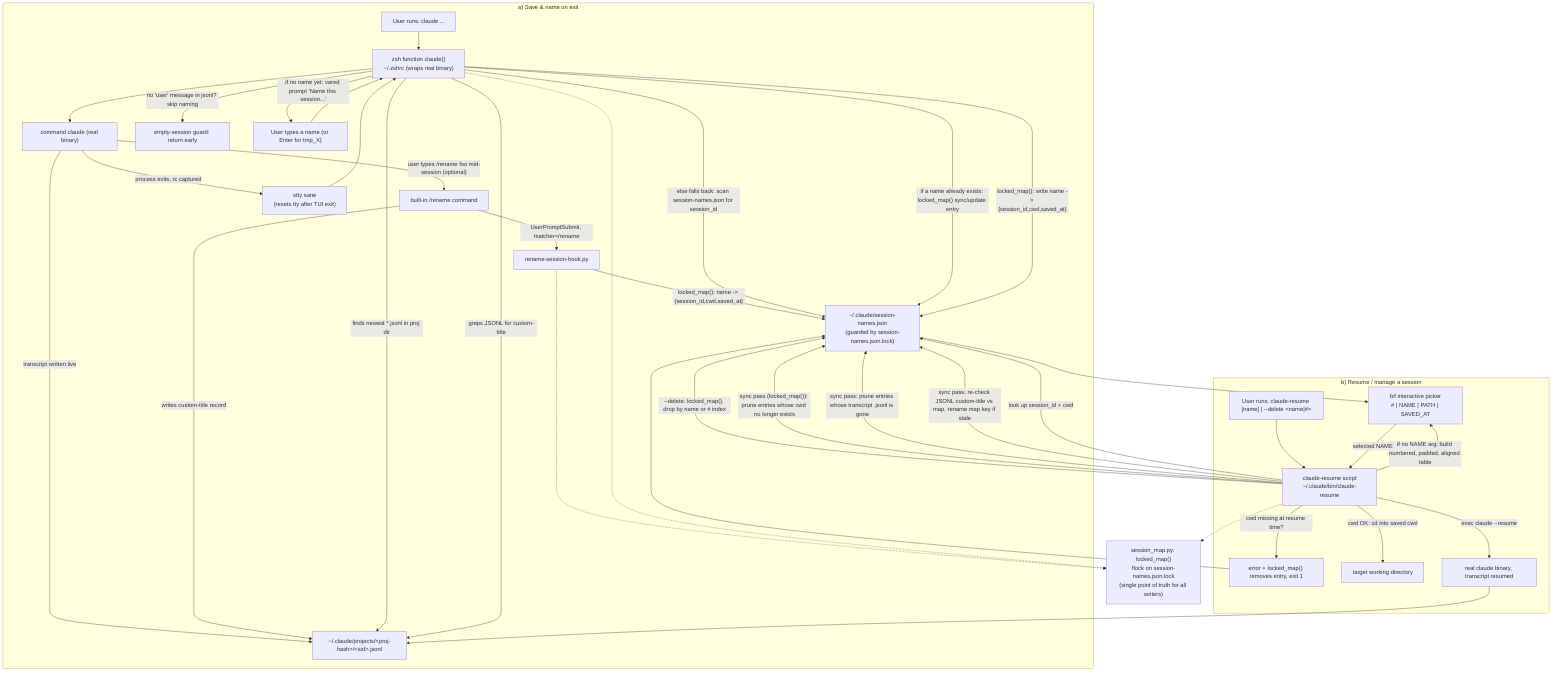
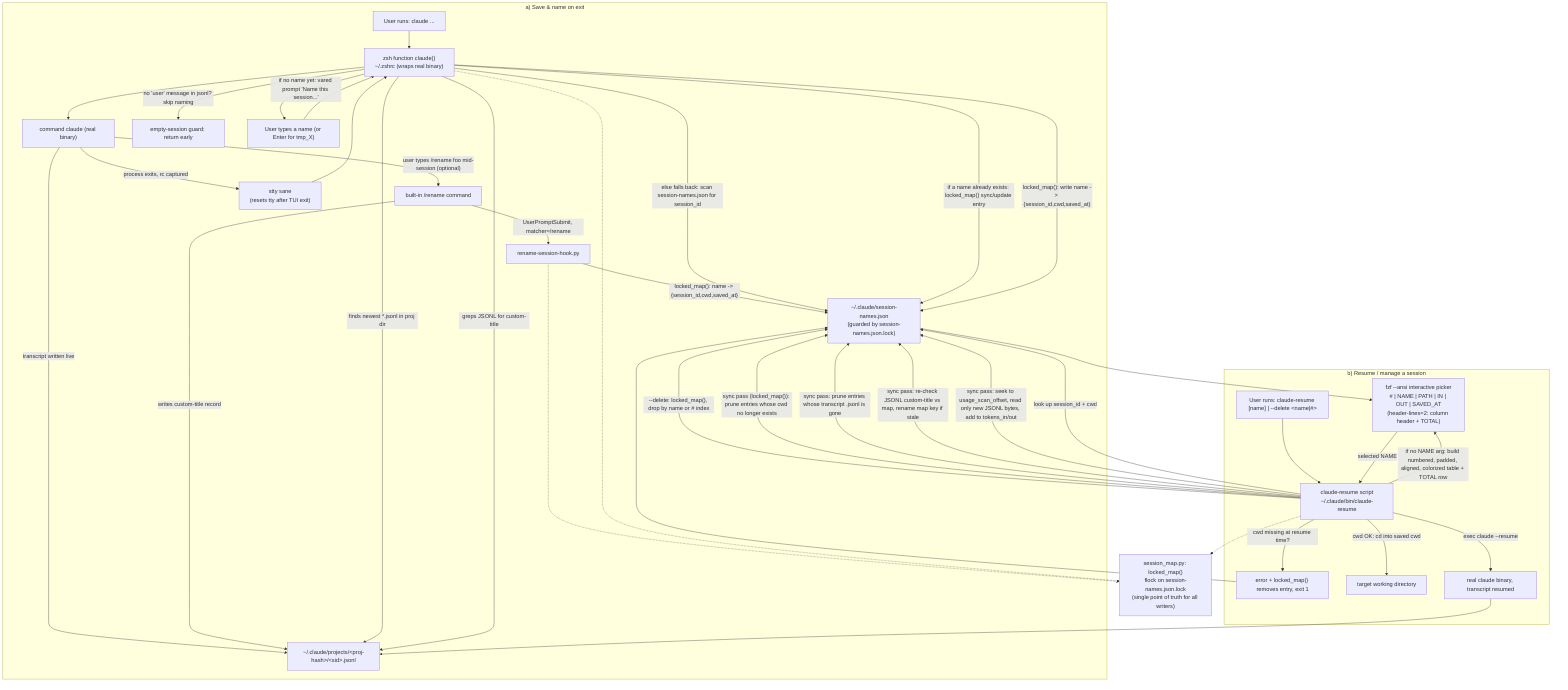
flowchart TD
    subgraph A["a) Save & name on exit"]
        U1["User runs: claude ..."] --> ZF["zsh function claude()\n~/.zshrc (wraps real binary)"]
        ZF --> BIN["command claude (real binary)"]
        BIN -->|"transcript written live"| JSONL["~/.claude/projects/&lt;proj-hash&gt;/&lt;sid&gt;.jsonl"]
        BIN -->|"user types /rename foo mid-session (optional)"| RENAME["built-in /rename command"]
        RENAME -->|"writes custom-title record"| JSONL
        RENAME -->|"UserPromptSubmit, matcher=/rename"| HOOK1["rename-session-hook.py"]
        HOOK1 -->|"locked_map(): name -> {session_id,cwd,saved_at}"| MAP["~/.claude/session-names.json\n(guarded by session-names.json.lock)"]
        BIN -->|"process exits, rc captured"| STTY["stty sane\n(resets tty after TUI exit)"]
        STTY --> ZF
        ZF -->|"finds newest *.jsonl in proj dir"| JSONL
        ZF -->|"no 'user' message in jsonl? skip naming"| SKIP["empty-session guard: return early"]
        ZF -->|"greps JSONL for custom-title"| JSONL
        ZF -->|"else falls back: scan session-names.json for session_id"| MAP
        ZF -->|"if a name already exists: locked_map() sync/update entry"| MAP
        ZF -->|"if no name yet: vared prompt 'Name this session...'"| U2["User types a name (or Enter for tmp_X)"]
        U2 --> ZF
        ZF -->|"locked_map(): write name -> {session_id,cwd,saved_at}"| MAP
    end

    subgraph B["b) Resume / manage a session"]
        U3["User runs: claude-resume [name] | --delete &lt;name|#&gt;"] --> CR["claude-resume script\n~/.claude/bin/claude-resume"]
        CR -->|"--delete: locked_map(), drop by name or # index"| MAP
        CR -->|"sync pass (locked_map()): prune entries whose cwd no longer exists"| MAP
        CR -->|"sync pass: prune entries whose transcript .jsonl is gone"| MAP
        CR -->|"sync pass: re-check JSONL custom-title vs map, rename map key if stale"| MAP
-         CR -->|"if no NAME arg: build numbered, padded, aligned table"| FZF["fzf interactive picker\n# | NAME | PATH | SAVED_AT"]
+         CR -->|"sync pass: seek to usage_scan_offset, read only new JSONL bytes, add to tokens_in/out"| MAP
+         CR -->|"if no NAME arg: build numbered, padded, aligned, colorized table + TOTAL row"| FZF["fzf --ansi interactive picker\n# | NAME | PATH | IN | OUT | SAVED_AT\n(header-lines=2: column header + TOTAL)"]
        MAP --> FZF
        FZF -->|"selected NAME"| CR
        CR -->|"look up session_id + cwd"| MAP
        CR -->|"cwd missing at resume time?"| GONE["error + locked_map() removes entry, exit 1"]
        GONE --> MAP
        CR -->|"cwd OK: cd into saved cwd"| CWD2["target working directory"]
        CR -->|"exec claude --resume <session_id>"| BIN2["real claude binary, transcript resumed"]
        BIN2 --> JSONL
    end

    LIB["session_map.py: locked_map()\nflock on session-names.json.lock\n(single point of truth for all writers)"]
    HOOK1 -.-> LIB
    ZF -.-> LIB
    CR -.-> LIB
